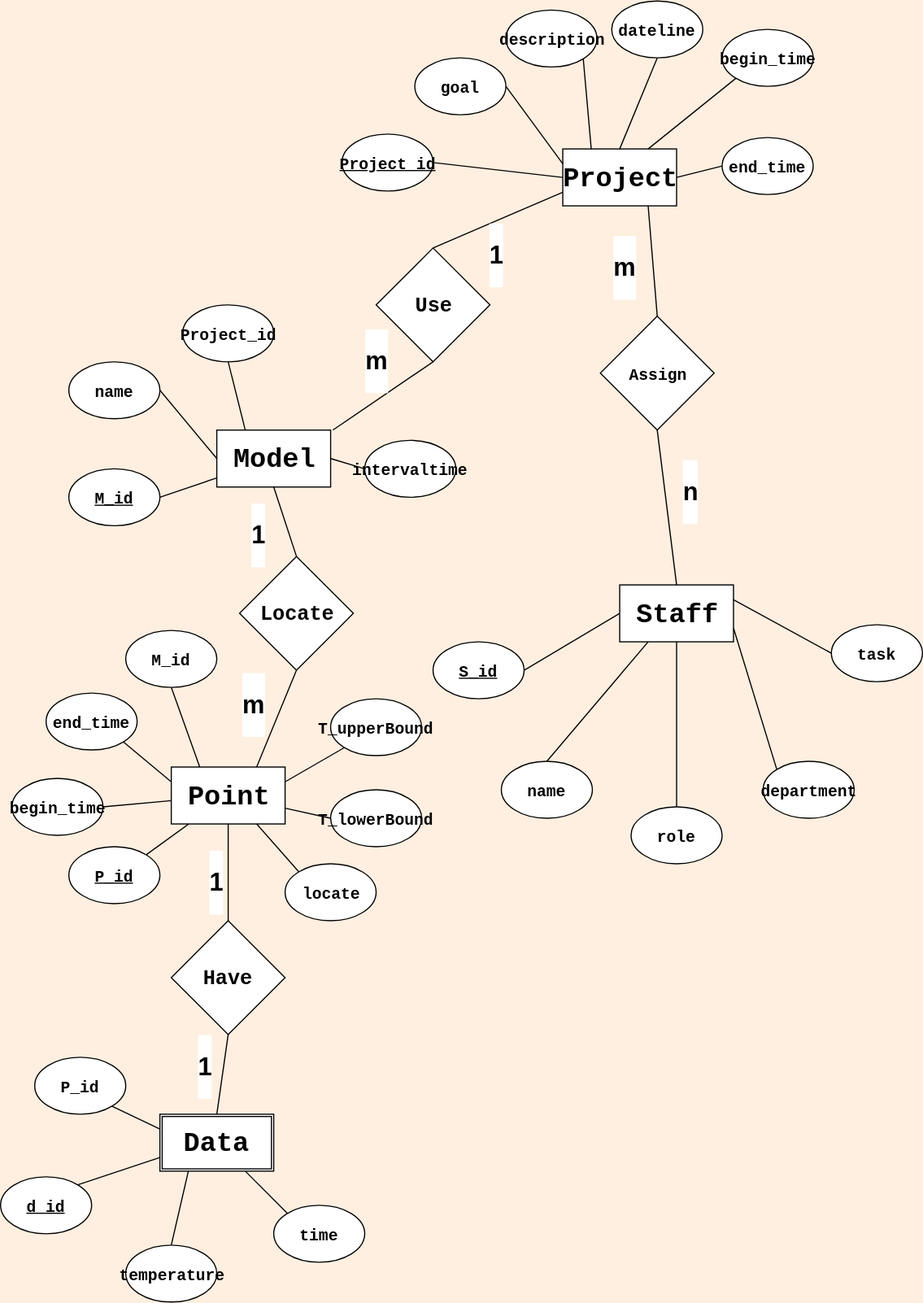
This is projector_test.svg from XBlueSky/Projector_test, a draw.io export, as it was before one commit. Source tidied: cells renumbered, new cells last; positions are measured from the earlier drawing's top-left corner, leaving out a move shared by most shapes.
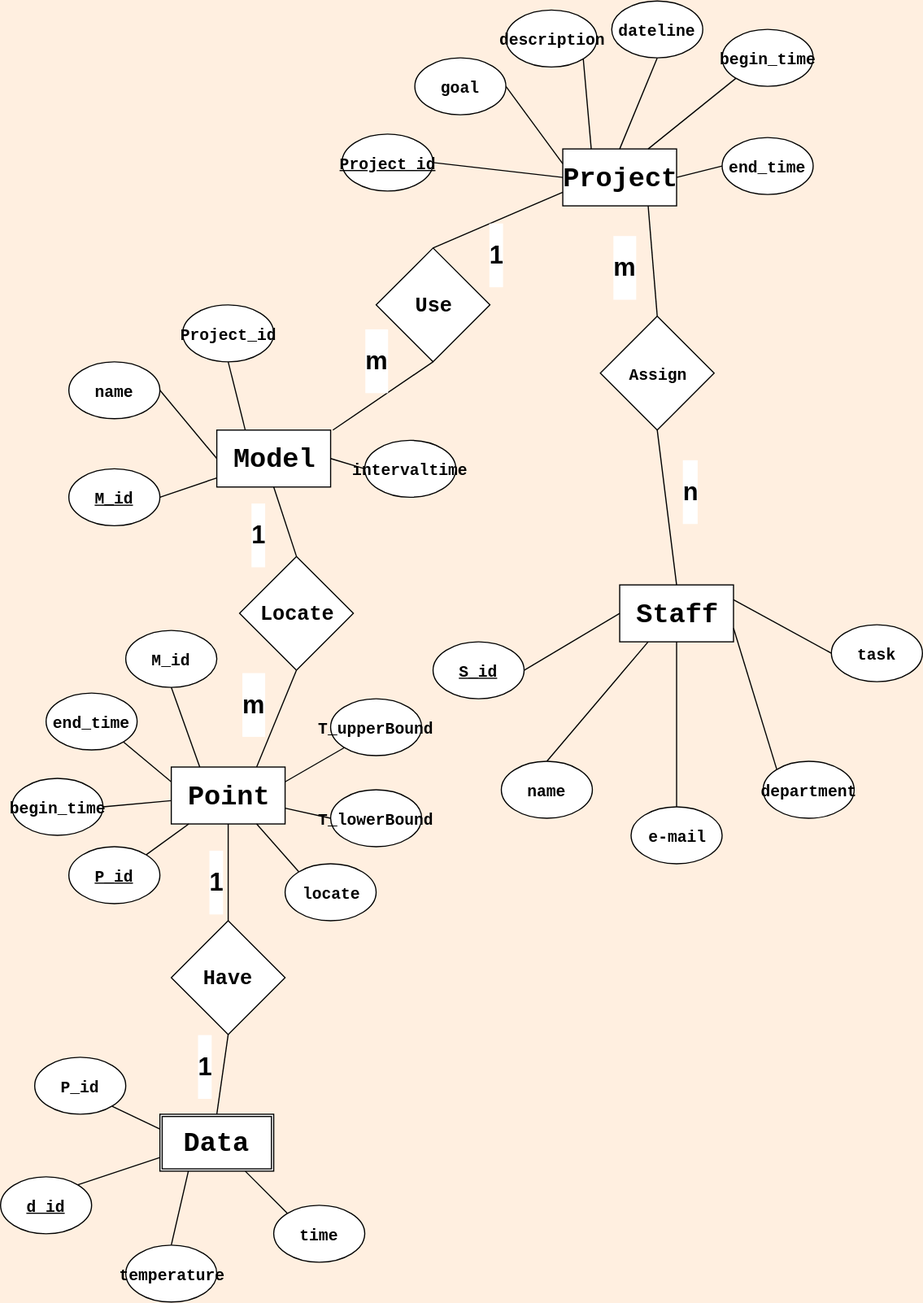
After the change.

The edit, as a diff of the source:
```diff
@@ -181,7 +181,7 @@
     <mxCell id="60" style="edgeStyle=none;rounded=0;html=1;exitX=0.5;exitY=0;endArrow=none;endFill=0;jettySize=auto;entryX=0.5;entryY=1;" parent="1" edge="1" source="61" target="53">
       <mxGeometry relative="1" as="geometry" />
     </mxCell>
-    <mxCell id="61" value="&lt;h3&gt;&lt;font face=&quot;Courier New&quot;&gt;role&lt;/font&gt;&lt;/h3&gt;" style="ellipse;whiteSpace=wrap;html=1;" parent="1" vertex="1">
+    <mxCell id="61" value="&lt;h3&gt;&lt;font face=&quot;Courier New&quot;&gt;e-mail&lt;/font&gt;&lt;/h3&gt;" style="ellipse;whiteSpace=wrap;html=1;" parent="1" vertex="1">
       <mxGeometry x="554" y="708" width="80" height="50" as="geometry" />
     </mxCell>
     <mxCell id="62" style="edgeStyle=none;rounded=0;html=1;exitX=0;exitY=0.5;entryX=1;entryY=0.25;endArrow=none;endFill=0;jettySize=auto;" parent="1" edge="1" source="63" target="53">
```
